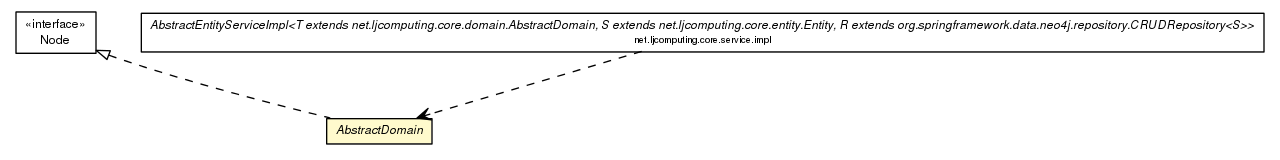
willmorejg/net.ljcomputing.ecsr keeps this Graphviz diagram as net.ljcomputing.core/docs/javadoc/apidocs/net/ljcomputing/core/domain/AbstractDomain.png. Above is the earlier version. Its source is kept beside it as net.ljcomputing.core/docs/javadoc/apidocs/net/ljcomputing/core/domain/AbstractDomain.dot. Source of this version:
```dot

digraph G {
	edge [fontname="Helvetica",fontsize=10,labelfontname="Helvetica",labelfontsize=10];
	node [fontname="Helvetica",fontsize=10,shape=plaintext];
	nodesep=0.25;
	ranksep=0.5;
	c41 [label=<<table title="net.ljcomputing.core.domain.Node" border="0" cellborder="1" cellspacing="0" cellpadding="2" port="p" href="./Node.html">
		<tr><td><table border="0" cellspacing="0" cellpadding="1">
<tr><td align="center" balign="center"> &#171;interface&#187; </td></tr>
<tr><td align="center" balign="center"> Node </td></tr>
		</table></td></tr>
		</table>>, URL="./Node.html", fontname="Helvetica", fontcolor="black", fontsize=9.0];
	c42 [label=<<table title="net.ljcomputing.core.domain.AbstractDomain" border="0" cellborder="1" cellspacing="0" cellpadding="2" port="p" bgcolor="lemonChiffon" href="./AbstractDomain.html">
		<tr><td><table border="0" cellspacing="0" cellpadding="1">
<tr><td align="center" balign="center"><font face="Helvetica-Oblique"> AbstractDomain </font></td></tr>
		</table></td></tr>
		</table>>, URL="./AbstractDomain.html", fontname="Helvetica", fontcolor="black", fontsize=9.0];
	c52 [label=<<table title="net.ljcomputing.core.service.impl.AbstractEntityServiceImpl" border="0" cellborder="1" cellspacing="0" cellpadding="2" port="p" href="../service/impl/AbstractEntityServiceImpl.html">
		<tr><td><table border="0" cellspacing="0" cellpadding="1">
<tr><td align="center" balign="center"><font face="Helvetica-Oblique"> AbstractEntityServiceImpl&lt;T extends net.ljcomputing.core.domain.AbstractDomain, S extends net.ljcomputing.core.entity.Entity, R extends org.springframework.data.neo4j.repository.CRUDRepository&lt;S&gt;&gt; </font></td></tr>
<tr><td align="center" balign="center"><font point-size="7.0"> net.ljcomputing.core.service.impl </font></td></tr>
		</table></td></tr>
		</table>>, URL="../service/impl/AbstractEntityServiceImpl.html", fontname="Helvetica", fontcolor="black", fontsize=9.0];
	c41:p -> c42:p [dir=back,arrowtail=empty,style=dashed];
	c52:p -> c42:p [taillabel="", label="", headlabel="", fontname="Helvetica", fontcolor="black", fontsize=10.0, color="black", arrowhead=open, style=dashed];
}
```
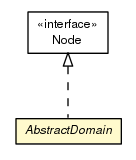
Later version of the same file.

The edit, as a diff of the source:
```diff
@@ -4,23 +4,16 @@
 	node [fontname="Helvetica",fontsize=10,shape=plaintext];
 	nodesep=0.25;
 	ranksep=0.5;
-	c41 [label=<<table title="net.ljcomputing.core.domain.Node" border="0" cellborder="1" cellspacing="0" cellpadding="2" port="p" href="./Node.html">
+	c9 [label=<<table title="net.ljcomputing.core.domain.Node" border="0" cellborder="1" cellspacing="0" cellpadding="2" port="p" href="./Node.html">
 		<tr><td><table border="0" cellspacing="0" cellpadding="1">
 <tr><td align="center" balign="center"> &#171;interface&#187; </td></tr>
 <tr><td align="center" balign="center"> Node </td></tr>
 		</table></td></tr>
 		</table>>, URL="./Node.html", fontname="Helvetica", fontcolor="black", fontsize=9.0];
-	c42 [label=<<table title="net.ljcomputing.core.domain.AbstractDomain" border="0" cellborder="1" cellspacing="0" cellpadding="2" port="p" bgcolor="lemonChiffon" href="./AbstractDomain.html">
+	c10 [label=<<table title="net.ljcomputing.core.domain.AbstractDomain" border="0" cellborder="1" cellspacing="0" cellpadding="2" port="p" bgcolor="lemonChiffon" href="./AbstractDomain.html">
 		<tr><td><table border="0" cellspacing="0" cellpadding="1">
 <tr><td align="center" balign="center"><font face="Helvetica-Oblique"> AbstractDomain </font></td></tr>
 		</table></td></tr>
 		</table>>, URL="./AbstractDomain.html", fontname="Helvetica", fontcolor="black", fontsize=9.0];
-	c52 [label=<<table title="net.ljcomputing.core.service.impl.AbstractEntityServiceImpl" border="0" cellborder="1" cellspacing="0" cellpadding="2" port="p" href="../service/impl/AbstractEntityServiceImpl.html">
-		<tr><td><table border="0" cellspacing="0" cellpadding="1">
-<tr><td align="center" balign="center"><font face="Helvetica-Oblique"> AbstractEntityServiceImpl&lt;T extends net.ljcomputing.core.domain.AbstractDomain, S extends net.ljcomputing.core.entity.Entity, R extends org.springframework.data.neo4j.repository.CRUDRepository&lt;S&gt;&gt; </font></td></tr>
-<tr><td align="center" balign="center"><font point-size="7.0"> net.ljcomputing.core.service.impl </font></td></tr>
-		</table></td></tr>
-		</table>>, URL="../service/impl/AbstractEntityServiceImpl.html", fontname="Helvetica", fontcolor="black", fontsize=9.0];
-	c41:p -> c42:p [dir=back,arrowtail=empty,style=dashed];
-	c52:p -> c42:p [taillabel="", label="", headlabel="", fontname="Helvetica", fontcolor="black", fontsize=10.0, color="black", arrowhead=open, style=dashed];
+	c9:p -> c10:p [dir=back,arrowtail=empty,style=dashed];
 }
```
